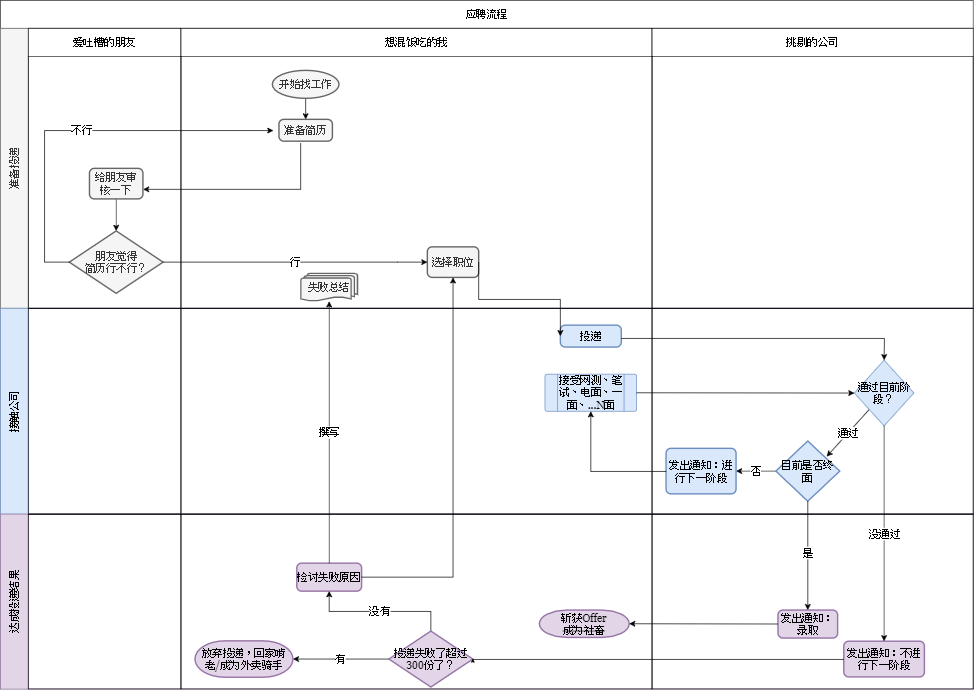
Before: crossJobSeeking.png, a diagram exported from draw.io (Ryuuko/drawIo). Source tidied: cells renumbered, new cells last; positions are measured from the earlier drawing's top-left corner, leaving out a move shared by most shapes.
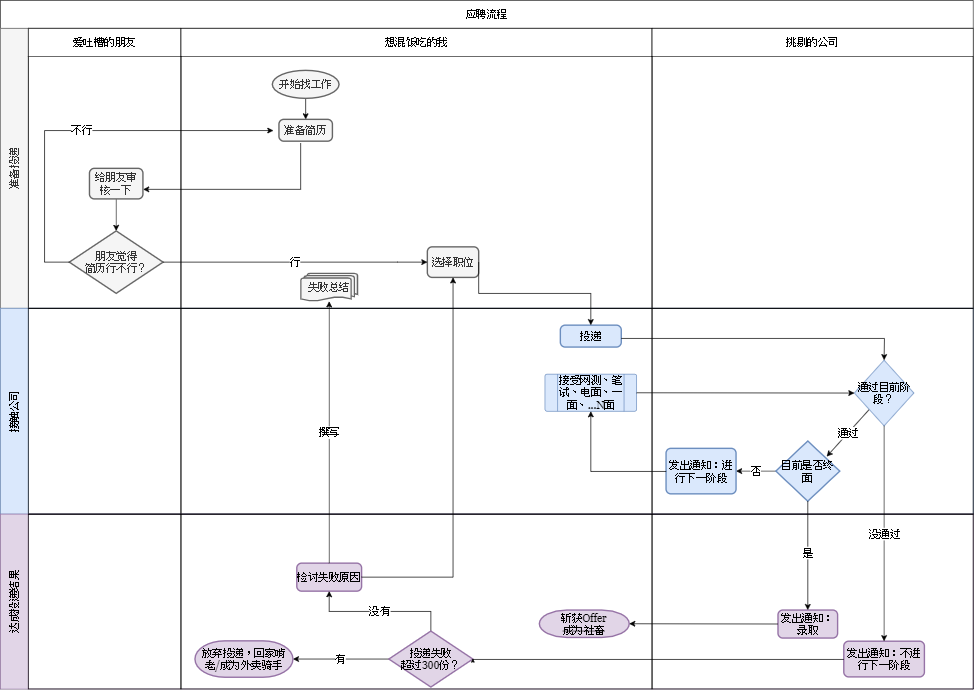
After the commit.

Change to the diagram source:
```diff
@@ -146,7 +146,7 @@
     <mxCell id="40" value="放弃投递，回家啃老/成为外卖骑手" style="strokeWidth=2;html=1;shape=mxgraph.flowchart.terminator;whiteSpace=wrap;fontSize=15;fontFamily=Georgia;fillColor=#e1d5e7;strokeColor=#9673a6;" parent="35" vertex="1">
       <mxGeometry x="20" y="181" width="140" height="52" as="geometry" />
     </mxCell>
-    <mxCell id="41" value="&lt;font style=&quot;font-size: 15px;&quot;&gt;投递失败了超过300份了？&lt;/font&gt;" style="strokeWidth=2;html=1;shape=mxgraph.flowchart.decision;whiteSpace=wrap;fontSize=15;fillColor=#e1d5e7;strokeColor=#9673a6;" parent="35" vertex="1">
+    <mxCell id="41" value="&lt;font style=&quot;font-size: 15px&quot;&gt;投递失败&lt;br&gt;超过300份？&lt;/font&gt;" style="strokeWidth=2;html=1;shape=mxgraph.flowchart.decision;whiteSpace=wrap;fontSize=15;fillColor=#e1d5e7;strokeColor=#9673a6;" parent="35" vertex="1">
       <mxGeometry x="297" y="167" width="120" height="80" as="geometry" />
     </mxCell>
     <mxCell id="42" style="swimlane;startSize=0;html=1;whiteSpace=wrap;fontSize=15;" parent="33" vertex="1">
@@ -184,7 +184,7 @@
     <mxCell id="52" style="edgeStyle=orthogonalEdgeStyle;rounded=0;jettySize=auto;html=1;fontSize=15;exitX=1;exitY=0.5;exitDx=0;exitDy=0;" parent="2" edge="1" source="36" target="12">
       <mxGeometry relative="1" as="geometry" />
     </mxCell>
-    <mxCell id="53" style="rounded=0;jettySize=auto;elbow=vertical;html=1;entryX=0;entryY=0.5;entryDx=0;entryDy=0;fontSize=15;exitX=1;exitY=0.5;exitDx=0;exitDy=0;edgeStyle=elbowEdgeStyle;" parent="2" edge="1" source="12" target="22">
+    <mxCell id="53" style="rounded=0;jettySize=auto;elbow=vertical;html=1;entryX=0.5;entryY=0;entryDx=0;entryDy=0;fontSize=15;exitX=1;exitY=0.5;exitDx=0;exitDy=0;edgeStyle=elbowEdgeStyle;" parent="2" edge="1" source="12" target="22">
       <mxGeometry relative="1" as="geometry" />
     </mxCell>
   </root>
```
